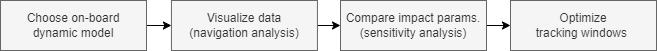
The draw.io diagram report/figures/MethodologySequence.png in ThomasBosboom/ThesisSpace, before a commit. Source tidied: cells renumbered, new cells last; positions are measured from the earlier drawing's top-left corner, leaving out a move shared by most shapes.
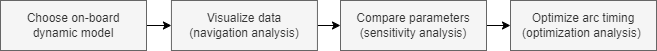
Above is the later version.

Change to the diagram source:
```diff
@@ -17,10 +17,10 @@
     <mxCell id="6" style="edgeStyle=orthogonalEdgeStyle;rounded=0;jettySize=auto;html=1;" parent="1" edge="1" source="7" target="8">
       <mxGeometry relative="1" as="geometry" />
     </mxCell>
-    <mxCell id="7" value="&lt;div&gt;Compare impact params.&lt;/div&gt;(sensitivity analysis)" style="rounded=0;whiteSpace=wrap;html=1;fillColor=#f5f5f5;strokeColor=#666666;fontColor=#333333;" parent="1" vertex="1">
+    <mxCell id="7" value="&lt;div&gt;Compare parameters&lt;/div&gt;(sensitivity analysis)" style="rounded=0;whiteSpace=wrap;html=1;fillColor=#f5f5f5;strokeColor=#666666;fontColor=#333333;" parent="1" vertex="1">
       <mxGeometry x="340" width="146" height="50" as="geometry" />
     </mxCell>
-    <mxCell id="8" value="Optimize&lt;div&gt;tracking windows&amp;nbsp;&lt;/div&gt;" style="rounded=0;whiteSpace=wrap;html=1;fillColor=#f5f5f5;strokeColor=#666666;fontColor=#333333;" parent="1" vertex="1">
+    <mxCell id="8" value="Optimize arc timing&lt;div&gt;&lt;span style=&quot;background-color: initial;&quot;&gt;(optimization analysis)&amp;nbsp;&lt;/span&gt;&lt;/div&gt;" style="rounded=0;whiteSpace=wrap;html=1;fillColor=#f5f5f5;strokeColor=#666666;fontColor=#333333;" parent="1" vertex="1">
       <mxGeometry x="510" width="146" height="50" as="geometry" />
     </mxCell>
   </root>
```
